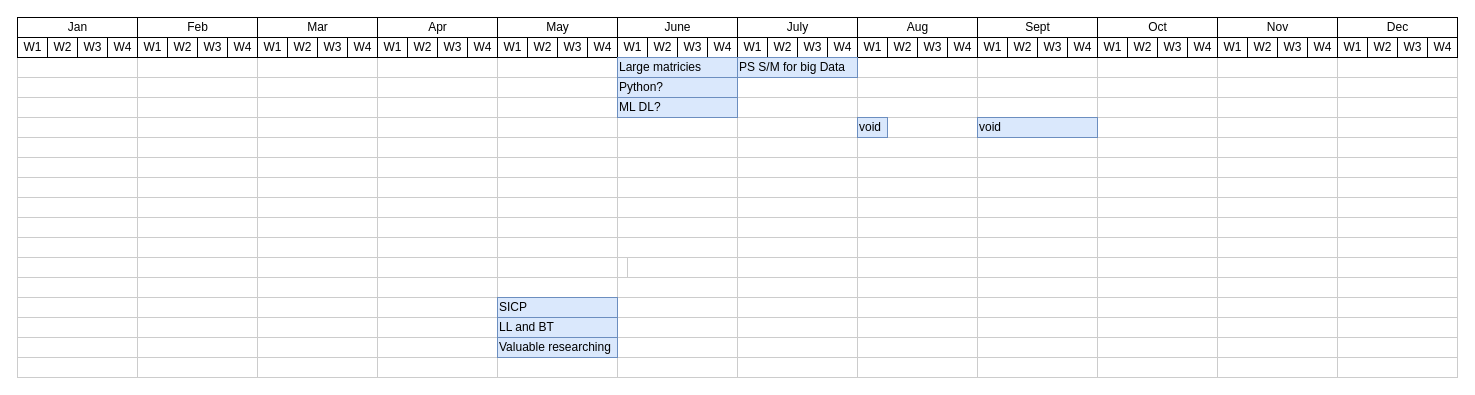
AEduardovich/Diagrams.drawio keeps this draw.io diagram as Table.drawio. Above is the earlier version. Source tidied: cells renumbered, new cells numbered last; positions are measured from the earlier drawing's top-left corner, leaving out a move shared by most shapes. Both pictures are drawn from the tidied source at 100%, with x=0, y=0 at pixel (17, 17).
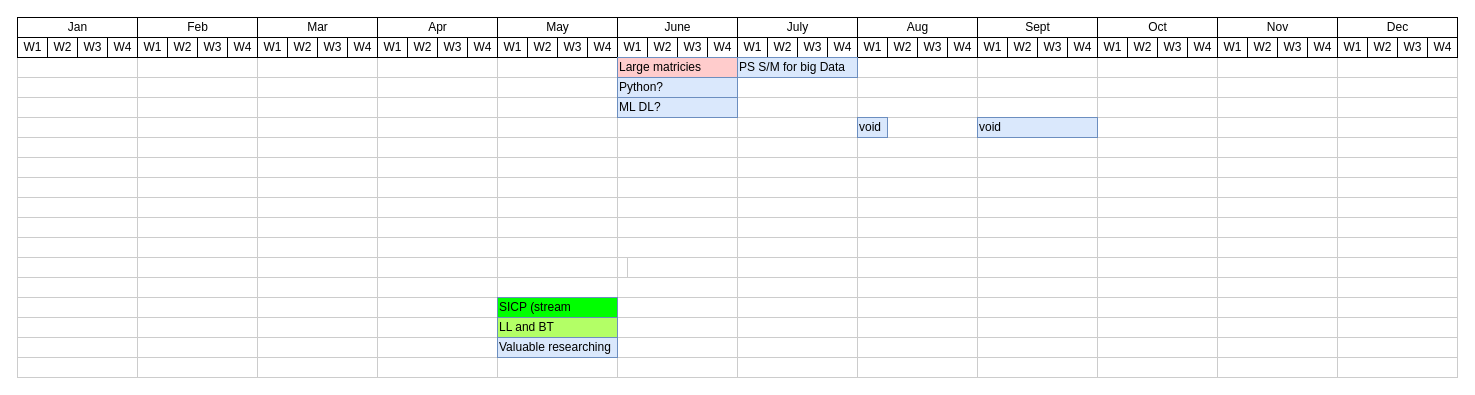
Above is the later version.

The edit, as a diff of the source:
```diff
@@
-    <mxCell id="254" value="SICP&amp;nbsp;" style="align=left;strokeColor=#6c8ebf;html=1;fillColor=#dae8fc;" parent="1" vertex="1">
+    <mxCell id="254" value="SICP (stream" style="align=left;strokeColor=#6c8ebf;html=1;fillColor=#00FF00;" parent="1" vertex="1">
       <mxGeometry x="480" y="280" width="120" height="20" as="geometry" />
     </mxCell>
-    <mxCell id="255" value="LL and BT" style="align=left;strokeColor=#6c8ebf;html=1;fillColor=#dae8fc;" parent="1" vertex="1">
+    <mxCell id="255" value="LL and BT" style="align=left;strokeColor=#6c8ebf;html=1;fillColor=#B3FF66;" parent="1" vertex="1">
       <mxGeometry x="480" y="300" width="120" height="20" as="geometry" />
     </mxCell>
@@
-    <mxCell id="257" value="Large matricies" style="align=left;strokeColor=#6c8ebf;html=1;fillColor=#dae8fc;" parent="1" vertex="1">
+    <mxCell id="257" value="Large matricies" style="align=left;strokeColor=#6c8ebf;html=1;fillColor=#FFCCCC;" parent="1" vertex="1">
       <mxGeometry x="600" y="40" width="120" height="20" as="geometry" />
     </mxCell>
```
